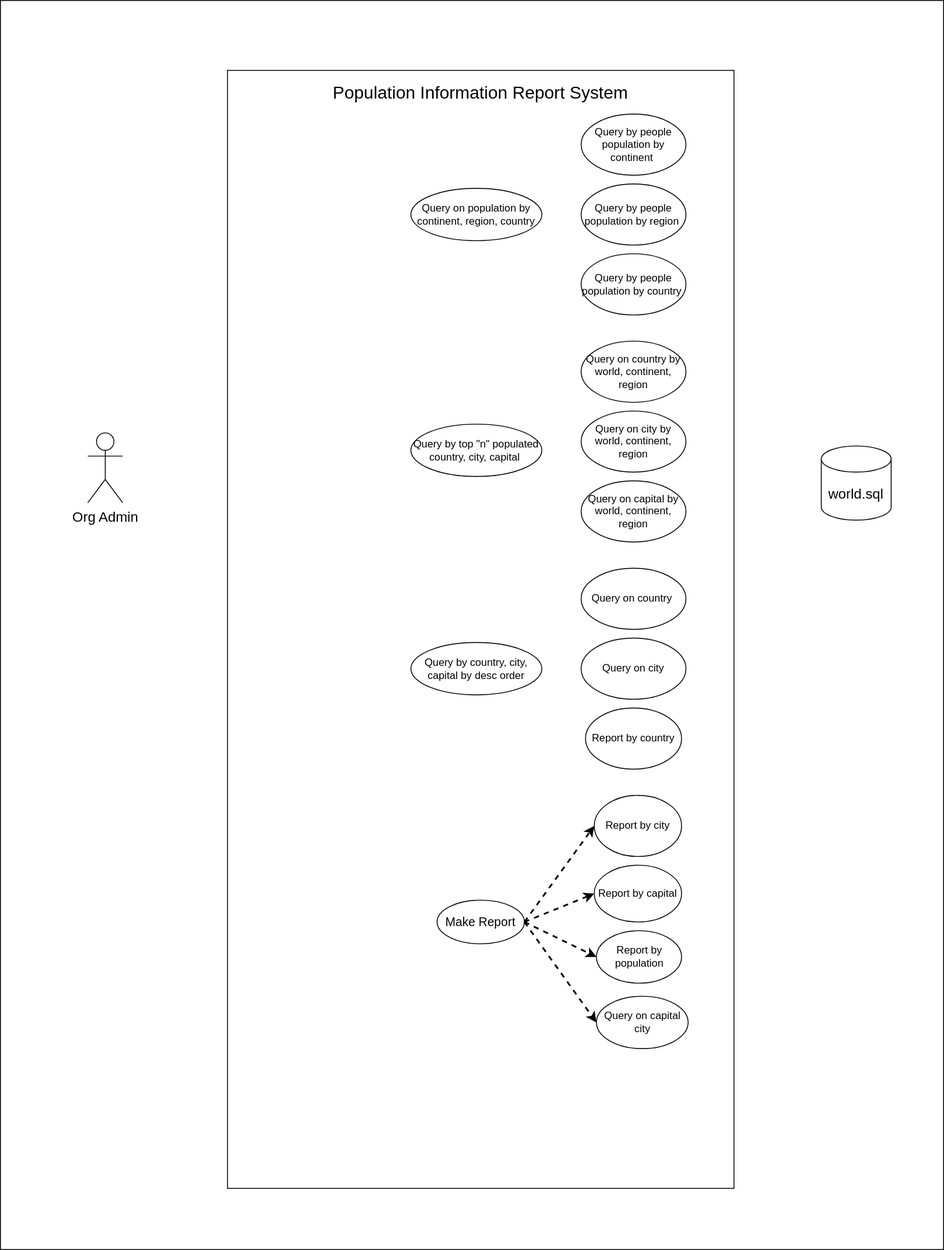
Before: testDemo.svg, a diagram exported from draw.io (40516571-SuHninLwin/firstDemo). Source tidied: cells renumbered, new cells last; positions are measured from the earlier drawing's top-left corner, leaving out a move shared by most shapes.
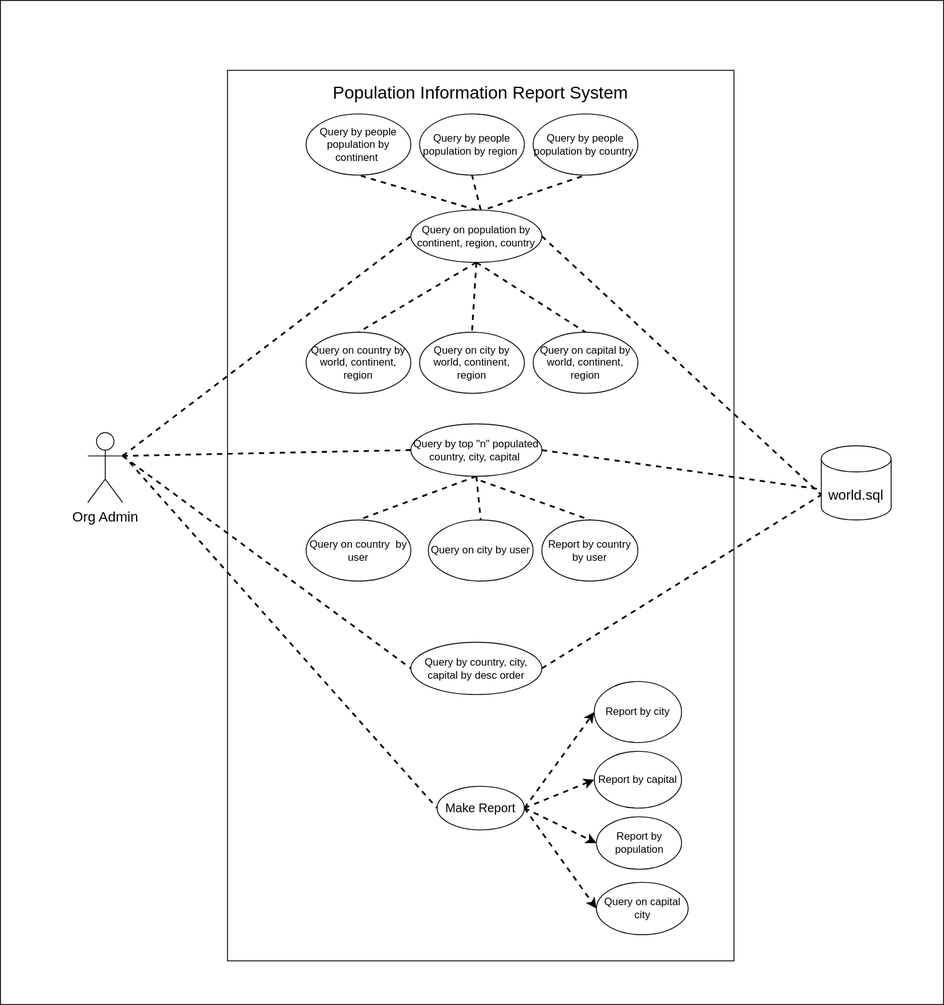
The same file after the commit.

What changed in the source:
```diff
@@ -3,16 +3,16 @@
     <mxCell id="0" />
     <mxCell id="1" parent="0" />
     <mxCell id="2" style="rounded=0;whiteSpace=wrap;html=1;fontSize=16;fillColor=none;" parent="1" vertex="1">
-      <mxGeometry width="1080" height="1430" as="geometry" />
+      <mxGeometry width="1080" height="1150" as="geometry" />
     </mxCell>
     <mxCell id="3" value="Org Admin" style="shape=umlActor;verticalLabelPosition=bottom;verticalAlign=top;html=1;outlineConnect=0;fontSize=16;" parent="1" vertex="1">
       <mxGeometry x="100" y="495" width="40" height="80" as="geometry" />
     </mxCell>
     <mxCell id="4" style="rounded=0;whiteSpace=wrap;html=1;" parent="1" vertex="1">
-      <mxGeometry x="260" y="80" width="580" height="1280" as="geometry" />
+      <mxGeometry x="260" y="80" width="580" height="1020" as="geometry" />
     </mxCell>
     <mxCell id="5" value="Make Report" style="ellipse;whiteSpace=wrap;html=1;fontSize=14;" parent="1" vertex="1">
-      <mxGeometry x="500" y="1030" width="100" height="50" as="geometry" />
+      <mxGeometry x="500" y="900" width="100" height="50" as="geometry" />
     </mxCell>
     <mxCell id="6" value="Population Information Report System" style="text;html=1;strokeColor=none;fillColor=none;align=center;verticalAlign=middle;whiteSpace=wrap;rounded=0;fontSize=20;" parent="1" vertex="1">
       <mxGeometry x="260" y="80" width="580" height="50" as="geometry" />
@@ -27,19 +27,19 @@
       <mxGeometry x="470" y="485" width="150" height="60" as="geometry" />
     </mxCell>
     <mxCell id="10" value="Query on population by continent, region, country" style="ellipse;whiteSpace=wrap;html=1;fontSize=12;" parent="1" vertex="1">
-      <mxGeometry x="470" y="215" width="150" height="60" as="geometry" />
+      <mxGeometry x="470" y="240" width="150" height="60" as="geometry" />
     </mxCell>
-    <mxCell id="11" value="Report by country" style="ellipse;whiteSpace=wrap;html=1;fontSize=12;" parent="1" vertex="1">
-      <mxGeometry x="670" y="810" width="110" height="70" as="geometry" />
+    <mxCell id="11" value="Report by country by user" style="ellipse;whiteSpace=wrap;html=1;fontSize=12;" parent="1" vertex="1">
+      <mxGeometry x="620" y="595" width="110" height="70" as="geometry" />
     </mxCell>
     <mxCell id="12" value="Report by city" style="ellipse;whiteSpace=wrap;html=1;fontSize=12;" parent="1" vertex="1">
-      <mxGeometry x="680" y="910" width="100" height="70" as="geometry" />
+      <mxGeometry x="680" y="780" width="100" height="70" as="geometry" />
     </mxCell>
     <mxCell id="13" value="Report by capital" style="ellipse;whiteSpace=wrap;html=1;fontSize=12;" parent="1" vertex="1">
-      <mxGeometry x="680" y="990" width="100" height="65" as="geometry" />
+      <mxGeometry x="680" y="860" width="100" height="65" as="geometry" />
     </mxCell>
     <mxCell id="14" value="Report by population" style="ellipse;whiteSpace=wrap;html=1;fontSize=12;" parent="1" vertex="1">
-      <mxGeometry x="682.5" y="1065" width="97.5" height="60" as="geometry" />
+      <mxGeometry x="682.5" y="935" width="97.5" height="60" as="geometry" />
     </mxCell>
     <mxCell id="15" style="rounded=0;jettySize=auto;html=1;exitX=1;exitY=0.5;exitDx=0;exitDy=0;strokeWidth=2;fontSize=16;dashed=1;entryX=0;entryY=0.5;entryDx=0;entryDy=0;" parent="1" edge="1" source="5" target="27">
       <mxGeometry relative="1" as="geometry" />
@@ -54,31 +54,87 @@
       <mxGeometry relative="1" as="geometry" />
     </mxCell>
     <mxCell id="19" value="Query by people population by continent&amp;nbsp;" style="ellipse;whiteSpace=wrap;html=1;fontSize=12;" parent="1" vertex="1">
-      <mxGeometry x="665" y="130" width="120" height="70" as="geometry" />
+      <mxGeometry x="350" y="130" width="120" height="70" as="geometry" />
     </mxCell>
     <mxCell id="20" value="Query by people population by region&amp;nbsp;" style="ellipse;whiteSpace=wrap;html=1;fontSize=12;" parent="1" vertex="1">
-      <mxGeometry x="665" y="210" width="120" height="70" as="geometry" />
+      <mxGeometry x="480" y="130" width="120" height="70" as="geometry" />
     </mxCell>
     <mxCell id="21" value="Query by people population by country&amp;nbsp;" style="ellipse;whiteSpace=wrap;html=1;fontSize=12;" parent="1" vertex="1">
-      <mxGeometry x="665" y="290" width="120" height="70" as="geometry" />
+      <mxGeometry x="610" y="130" width="120" height="70" as="geometry" />
     </mxCell>
     <mxCell id="22" value="Query on country by world, continent, region" style="ellipse;whiteSpace=wrap;html=1;fontSize=12;" parent="1" vertex="1">
-      <mxGeometry x="665" y="390" width="120" height="70" as="geometry" />
+      <mxGeometry x="350" y="380" width="120" height="70" as="geometry" />
     </mxCell>
     <mxCell id="23" value="Query on city by world, continent, region" style="ellipse;whiteSpace=wrap;html=1;fontSize=12;" parent="1" vertex="1">
-      <mxGeometry x="665" y="470" width="120" height="70" as="geometry" />
+      <mxGeometry x="480" y="380" width="120" height="70" as="geometry" />
     </mxCell>
     <mxCell id="24" value="Query on capital by world, continent, region" style="ellipse;whiteSpace=wrap;html=1;fontSize=12;" parent="1" vertex="1">
-      <mxGeometry x="665" y="550" width="120" height="70" as="geometry" />
+      <mxGeometry x="610" y="380" width="120" height="70" as="geometry" />
     </mxCell>
-    <mxCell id="25" value="Query on country&amp;nbsp;" style="ellipse;whiteSpace=wrap;html=1;fontSize=12;" parent="1" vertex="1">
-      <mxGeometry x="665" y="650" width="120" height="70" as="geometry" />
+    <mxCell id="25" value="Query on country &amp;nbsp;by user" style="ellipse;whiteSpace=wrap;html=1;fontSize=12;" parent="1" vertex="1">
+      <mxGeometry x="350" y="595" width="120" height="70" as="geometry" />
     </mxCell>
-    <mxCell id="26" value="Query on city" style="ellipse;whiteSpace=wrap;html=1;fontSize=12;" parent="1" vertex="1">
-      <mxGeometry x="665" y="730" width="120" height="70" as="geometry" />
+    <mxCell id="26" value="Query on city by user" style="ellipse;whiteSpace=wrap;html=1;fontSize=12;" parent="1" vertex="1">
+      <mxGeometry x="490" y="595" width="120" height="70" as="geometry" />
     </mxCell>
     <mxCell id="27" value="Query on capital city" style="ellipse;whiteSpace=wrap;html=1;fontSize=12;" parent="1" vertex="1">
-      <mxGeometry x="682.5" y="1140" width="105" height="60" as="geometry" />
+      <mxGeometry x="682.5" y="1010" width="105" height="60" as="geometry" />
     </mxCell>
+    <mxCell id="28" style="endArrow=none;html=1;rounded=0;dashed=1;strokeWidth=2;fontSize=16;entryX=0;entryY=0.5;entryDx=0;entryDy=0;exitX=1;exitY=0.3333333333333333;exitDx=0;exitDy=0;exitPerimeter=0;" parent="1" edge="1" source="3" target="10">
+      <mxGeometry relative="1" as="geometry" />
+    </mxCell>
+    <mxCell id="29" style="endArrow=none;html=1;rounded=0;dashed=1;strokeWidth=2;fontSize=16;entryX=0;entryY=0.5;entryDx=0;entryDy=0;exitX=1;exitY=0.3333333333333333;exitDx=0;exitDy=0;exitPerimeter=0;" parent="1" edge="1" source="3" target="9">
+      <mxGeometry relative="1" as="geometry" />
+    </mxCell>
+    <mxCell id="30" style="endArrow=none;html=1;rounded=0;dashed=1;strokeWidth=2;fontSize=16;entryX=0;entryY=0.5;entryDx=0;entryDy=0;exitX=1;exitY=0.3333333333333333;exitDx=0;exitDy=0;exitPerimeter=0;" parent="1" edge="1" source="3" target="8">
+      <mxGeometry relative="1" as="geometry" />
+    </mxCell>
+    <mxCell id="31" style="endArrow=none;html=1;rounded=0;dashed=1;strokeWidth=2;fontSize=16;entryX=0;entryY=0.5;entryDx=0;entryDy=0;" parent="1" edge="1" target="5">
+      <mxGeometry relative="1" as="geometry">
+        <mxPoint x="140" y="520" as="sourcePoint" />
+      </mxGeometry>
+    </mxCell>
+    <mxCell id="32" style="endArrow=none;html=1;rounded=0;dashed=1;strokeWidth=2;fontSize=16;entryX=0;entryY=0;entryDx=0;entryDy=56.25;exitX=1;exitY=0.5;exitDx=0;exitDy=0;entryPerimeter=0;" parent="1" edge="1" source="10" target="7">
+      <mxGeometry relative="1" as="geometry" />
+    </mxCell>
+    <mxCell id="33" style="endArrow=none;html=1;rounded=0;dashed=1;strokeWidth=2;fontSize=16;exitX=1;exitY=0.5;exitDx=0;exitDy=0;" parent="1" edge="1" source="9">
+      <mxGeometry relative="1" as="geometry">
+        <mxPoint x="940" y="560" as="targetPoint" />
+      </mxGeometry>
+    </mxCell>
+    <mxCell id="34" style="endArrow=none;html=1;rounded=0;dashed=1;strokeWidth=2;fontSize=16;exitX=1;exitY=0.5;exitDx=0;exitDy=0;entryX=0;entryY=0;entryDx=0;entryDy=56.25;entryPerimeter=0;" parent="1" edge="1" source="8" target="7">
+      <mxGeometry relative="1" as="geometry" />
+    </mxCell>
+    <mxCell id="35" style="endArrow=none;html=1;rounded=0;dashed=1;strokeWidth=2;fontSize=16;entryX=0.5;entryY=1;entryDx=0;entryDy=0;exitX=0.5;exitY=0;exitDx=0;exitDy=0;" parent="1" edge="1" source="10" target="19">
+      <mxGeometry relative="1" as="geometry" />
+    </mxCell>
+    <mxCell id="36" style="endArrow=none;html=1;rounded=0;dashed=1;strokeWidth=2;fontSize=16;entryX=0.5;entryY=1;entryDx=0;entryDy=0;" parent="1" edge="1" target="20">
+      <mxGeometry relative="1" as="geometry">
+        <mxPoint x="550" y="240" as="sourcePoint" />
+      </mxGeometry>
+    </mxCell>
+    <mxCell id="37" style="endArrow=none;html=1;rounded=0;dashed=1;strokeWidth=2;fontSize=16;entryX=0.5;entryY=1;entryDx=0;entryDy=0;exitX=0.587;exitY=-0.028;exitDx=0;exitDy=0;exitPerimeter=0;" parent="1" edge="1" source="10" target="21">
+      <mxGeometry relative="1" as="geometry" />
+    </mxCell>
+    <mxCell id="38" style="endArrow=none;html=1;rounded=0;dashed=1;strokeWidth=2;fontSize=16;entryX=0.5;entryY=0;entryDx=0;entryDy=0;exitX=0.5;exitY=1;exitDx=0;exitDy=0;" parent="1" edge="1" source="10" target="22">
+      <mxGeometry relative="1" as="geometry" />
+    </mxCell>
+    <mxCell id="39" style="endArrow=none;html=1;rounded=0;dashed=1;strokeWidth=2;fontSize=16;entryX=0.5;entryY=0;entryDx=0;entryDy=0;exitX=0.5;exitY=1;exitDx=0;exitDy=0;" parent="1" edge="1" source="10" target="23">
+      <mxGeometry relative="1" as="geometry" />
+    </mxCell>
+    <mxCell id="40" style="endArrow=none;html=1;rounded=0;dashed=1;strokeWidth=2;fontSize=16;entryX=0.5;entryY=0;entryDx=0;entryDy=0;exitX=0.5;exitY=1;exitDx=0;exitDy=0;" parent="1" edge="1" source="10" target="24">
+      <mxGeometry relative="1" as="geometry" />
+    </mxCell>
+    <mxCell id="41" style="endArrow=none;html=1;rounded=0;dashed=1;strokeWidth=2;fontSize=16;entryX=0.5;entryY=0;entryDx=0;entryDy=0;exitX=0.5;exitY=1;exitDx=0;exitDy=0;" parent="1" edge="1" source="9" target="25">
+      <mxGeometry relative="1" as="geometry" />
+    </mxCell>
+    <mxCell id="42" style="endArrow=none;html=1;rounded=0;dashed=1;strokeWidth=2;fontSize=16;entryX=0.5;entryY=0;entryDx=0;entryDy=0;exitX=0.5;exitY=1;exitDx=0;exitDy=0;" parent="1" edge="1" source="9" target="26">
+      <mxGeometry relative="1" as="geometry" />
+    </mxCell>
+    <mxCell id="43" style="endArrow=none;html=1;rounded=0;dashed=1;strokeWidth=2;fontSize=16;entryX=0.5;entryY=0;entryDx=0;entryDy=0;" parent="1" edge="1" target="11">
+      <mxGeometry relative="1" as="geometry">
+        <mxPoint x="550" y="550" as="sourcePoint" />
+      </mxGeometry>
+    </mxCell>
   </root>
 </mxGraphModel>
```
